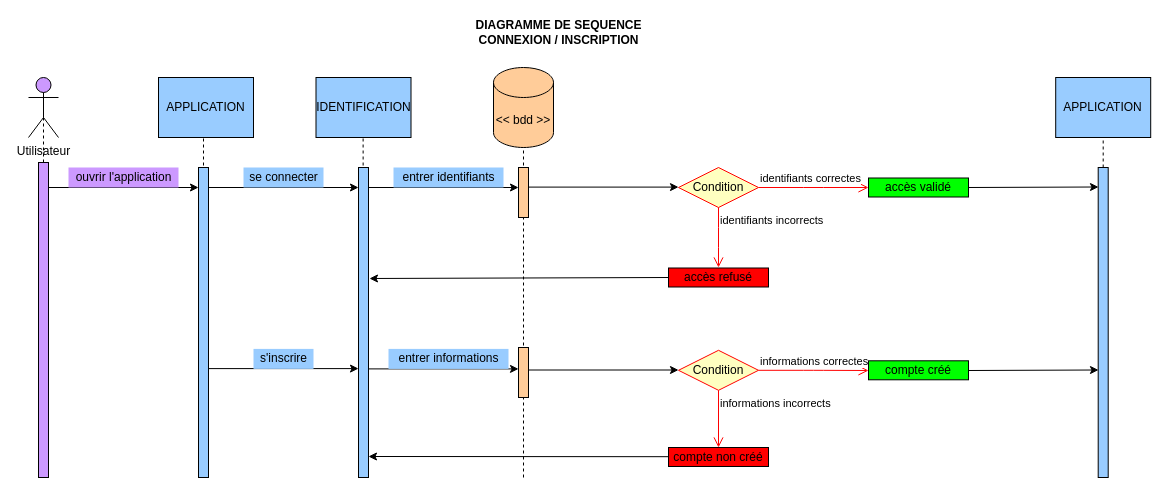
Erwan8989/Projet_Android keeps this draw.io diagram as Documents/diagramme_sequence.drawio. Above is the earlier version. Source tidied: cells renumbered, new cells numbered last; positions are measured from the earlier drawing's top-left corner, leaving out a move shared by most shapes. Both pictures are drawn from the tidied source at 100%, with x=0, y=0 at pixel (28, 17).
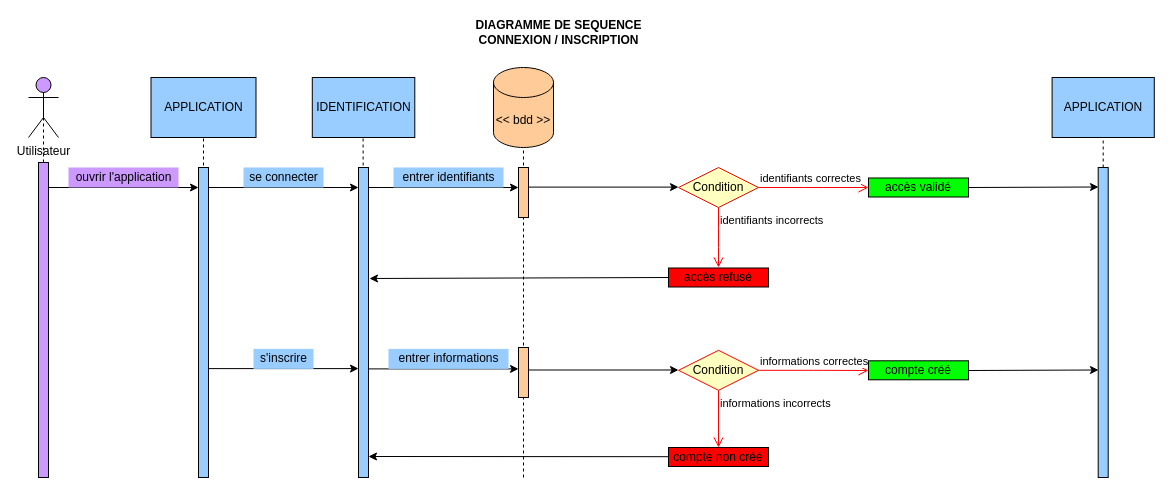
The same page after the edit.

Unchanged cells that the change refers to:
```xml
<mxCell id="25" style="rounded=0;whiteSpace=wrap;html=1;fillColor=#99CCFF;" parent="1" vertex="1">
  <mxGeometry x="1069.7" y="150" width="10" height="310" as="geometry" />
</mxCell>
```

What changed in the source:
```diff
@@
-    <mxCell id="23" style="endArrow=none;dashed=1;html=1;fillColor=#99CCFF;entryX=0.5;entryY=0.5;entryDx=0;entryDy=0;entryPerimeter=0;startArrow=none;" parent="1" edge="1" source="25">
+    <mxCell id="23" style="endArrow=none;dashed=1;html=1;fillColor=#99CCFF;entryX=0.5;entryY=0.5;entryDx=0;entryDy=0;entryPerimeter=0;startArrow=none;" parent="1" edge="1" source="46">
       <mxGeometry relative="1" as="geometry">
         <mxPoint x="1074.7" y="90" as="targetPoint" />
       </mxGeometry>
     </mxCell>
@@
     <mxCell id="42" value="APPLICATION" style="rounded=0;whiteSpace=wrap;html=1;fillColor=#99CCFF;" parent="1" vertex="1">
-      <mxGeometry x="130" y="60" width="95" height="60" as="geometry" />
+      <mxGeometry x="122.5" y="60" width="105" height="60" as="geometry" />
     </mxCell>
@@
     <mxCell id="45" value="IDENTIFICATION" style="rounded=0;whiteSpace=wrap;html=1;fillColor=#99CCFF;" parent="1" vertex="1">
-      <mxGeometry x="287.5" y="60" width="95" height="60" as="geometry" />
+      <mxGeometry x="283.8" y="60" width="102.5" height="60" as="geometry" />
     </mxCell>
+    <mxCell id="47" style="endArrow=none;dashed=1;html=1;fillColor=#99CCFF;entryX=0.5;entryY=0.5;entryDx=0;entryDy=0;entryPerimeter=0;startArrow=none;" parent="1" edge="1" source="25" target="46">
+      <mxGeometry relative="1" as="geometry" />
+    </mxCell>
     <mxCell id="46" value="APPLICATION" style="rounded=0;whiteSpace=wrap;html=1;fillColor=#99CCFF;" parent="1" vertex="1">
-      <mxGeometry x="1027.2" y="60" width="95" height="60" as="geometry" />
+      <mxGeometry x="1023.6" y="60" width="102.2" height="60" as="geometry" />
     </mxCell>
```
